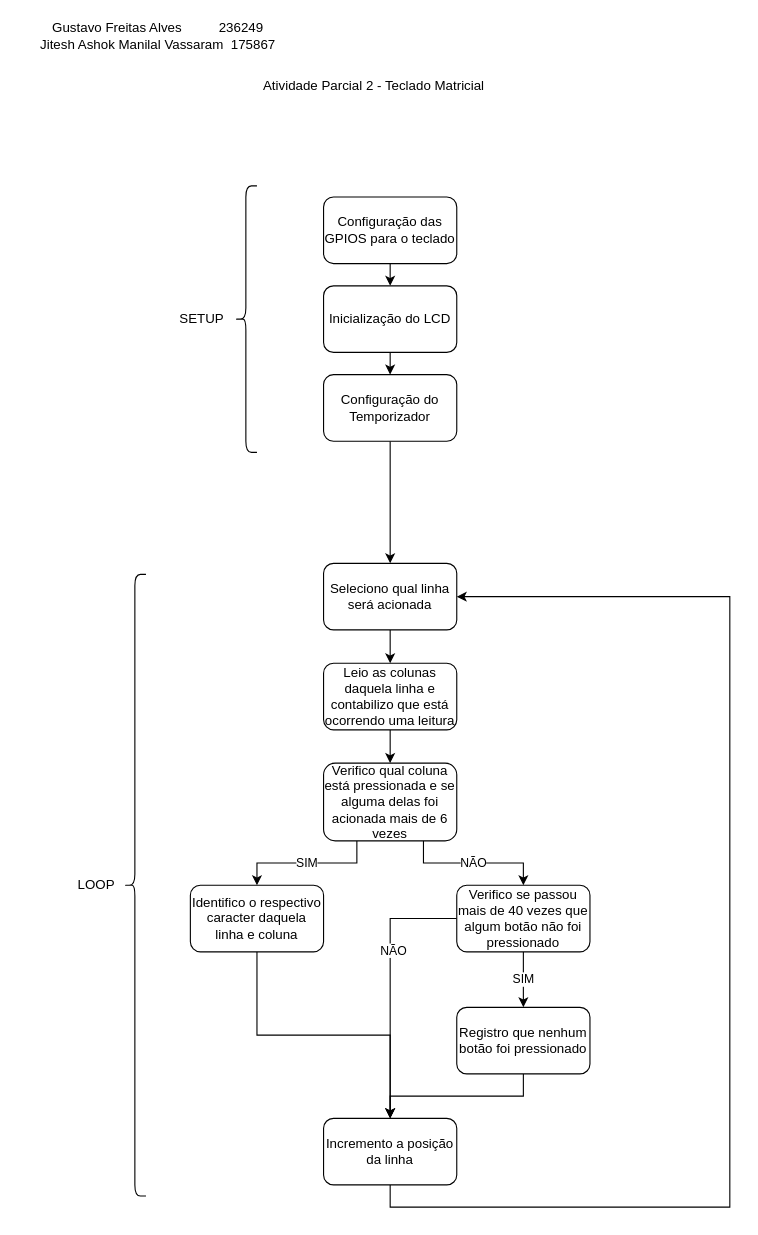
Before: Projeto 3/atv_parcial_2.drawio in GustavoFA/EA076_2022_1S, a draw.io diagram. Source tidied: cells renumbered, new cells numbered last; positions are measured from the earlier drawing's top-left corner, leaving out a move shared by most shapes. Both pictures are drawn from the tidied source at 111%, with x=0, y=0 at pixel (19, 19).
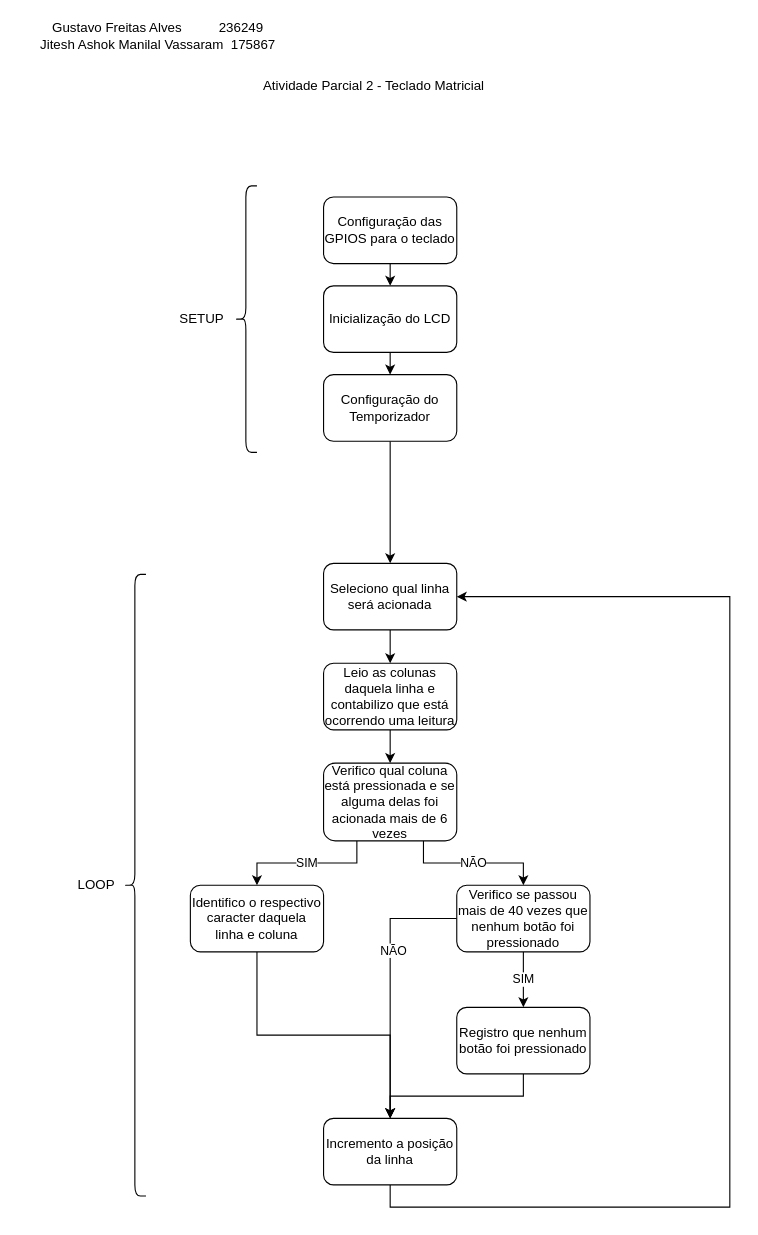
After the change.

The edit, as a diff of the source:
```diff
@@
-    <mxCell id="22" value="Verifico se passou mais de 40 vezes que algum botão não foi pressionado" style="rounded=1;whiteSpace=wrap;html=1;" parent="1" vertex="1">
+    <mxCell id="22" value="Verifico se passou mais de 40 vezes que nenhum botão foi pressionado" style="rounded=1;whiteSpace=wrap;html=1;" parent="1" vertex="1">
       <mxGeometry x="394" y="780" width="120" height="60" as="geometry" />
     </mxCell>
```
